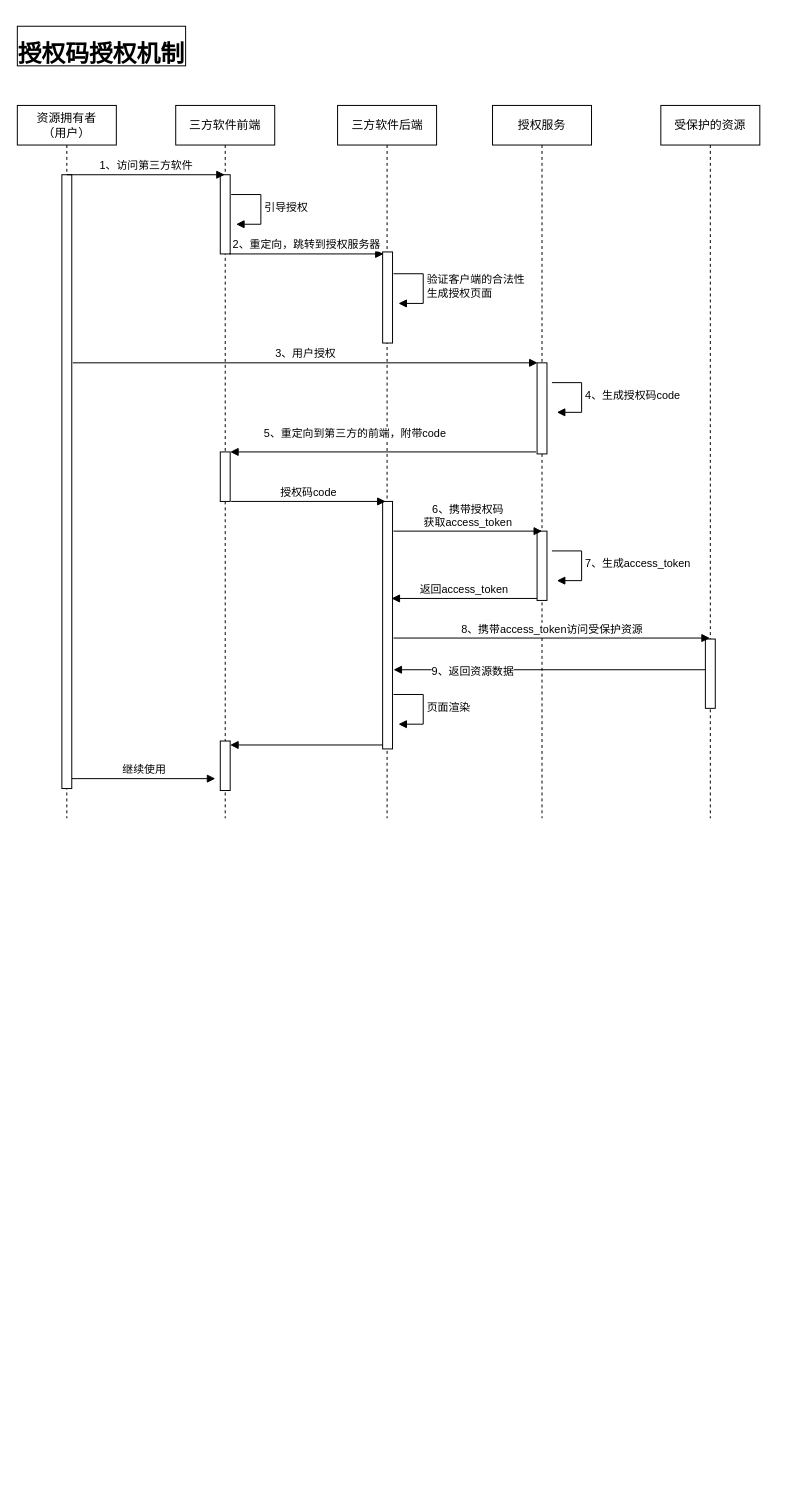
Before: oauth2.0.drawio in niuxiaocong/nyc-jvm, a draw.io diagram. Source tidied: cells renumbered, new cells numbered last; positions are measured from the earlier drawing's top-left corner, leaving out a move shared by most shapes. Both pictures are drawn from the tidied source at 99%, with x=0, y=0 at pixel (17, 26).
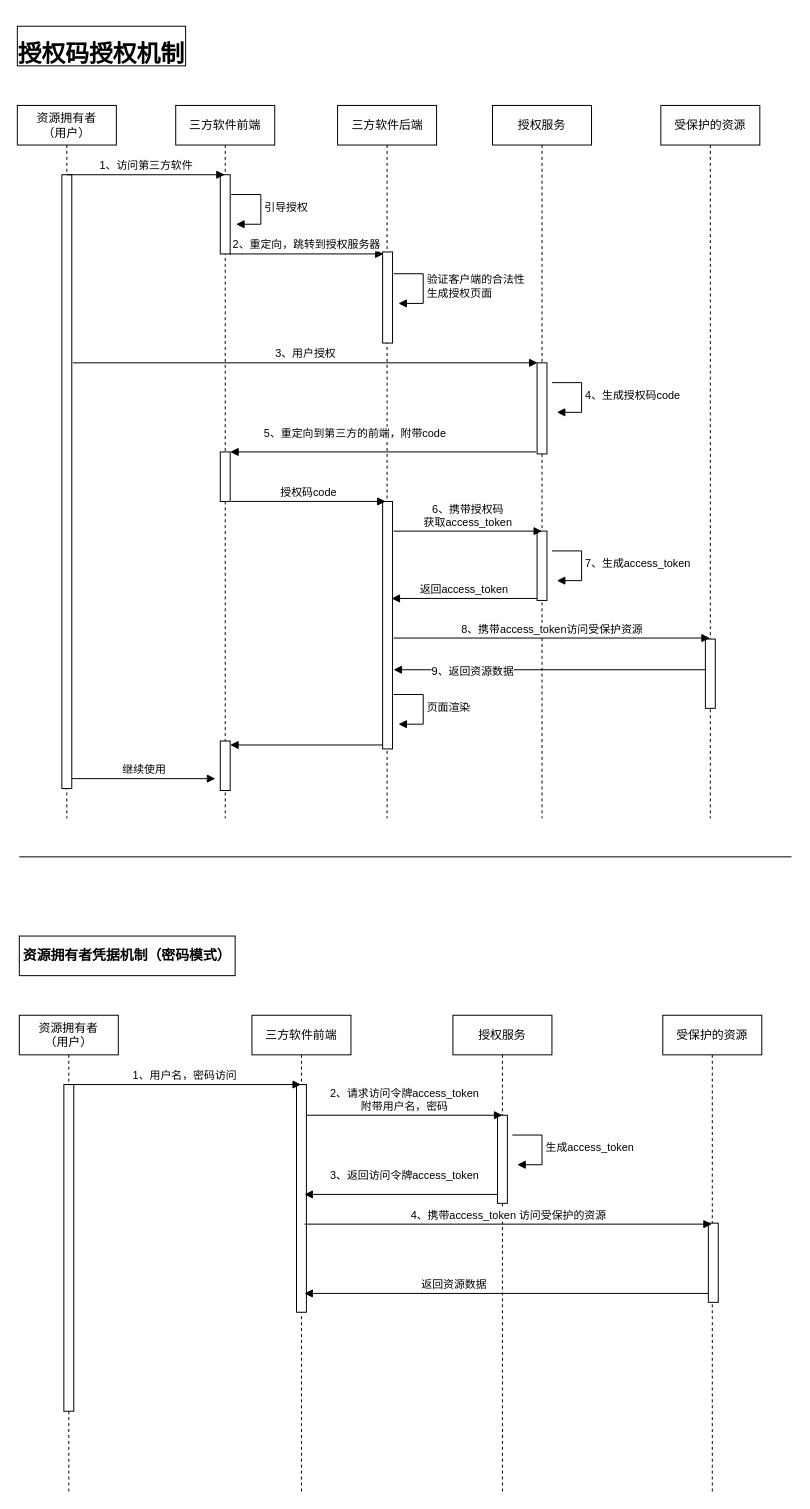
Above is the later version.

Change to the diagram source:
```diff
@@
+    <mxCell id="35" style="endArrow=none;html=1;rounded=0;" parent="1" edge="1">
+      <mxGeometry relative="1" as="geometry">
+        <mxPoint x="2" y="839" as="sourcePoint" />
+        <mxPoint x="782" y="839" as="targetPoint" />
+      </mxGeometry>
+    </mxCell>
+    <mxCell id="36" value="资源拥有者&lt;br&gt;（用户）" style="shape=umlLifeline;perimeter=lifelinePerimeter;whiteSpace=wrap;html=1;newEdgeStyle={&quot;curved&quot;:0,&quot;rounded&quot;:0};" parent="1" vertex="1">
+      <mxGeometry x="2" y="999" width="100" height="481" as="geometry" />
+    </mxCell>
+    <mxCell id="37" style="html=1;perimeter=orthogonalPerimeter;targetShapes=umlLifeline;newEdgeStyle={&quot;curved&quot;:0,&quot;rounded&quot;:0};" parent="36" vertex="1">
+      <mxGeometry x="45" y="70" width="10" height="330" as="geometry" />
+    </mxCell>
+    <mxCell id="38" value="三方软件前端" style="shape=umlLifeline;perimeter=lifelinePerimeter;whiteSpace=wrap;html=1;outlineConnect=0;portConstraint=eastwest;newEdgeStyle={&quot;curved&quot;:0,&quot;rounded&quot;:0};" parent="1" vertex="1">
+      <mxGeometry x="237" y="999" width="100" height="481" as="geometry" />
+    </mxCell>
+    <mxCell id="39" style="html=1;perimeter=orthogonalPerimeter;targetShapes=umlLifeline;newEdgeStyle={&quot;curved&quot;:0,&quot;rounded&quot;:0};" parent="38" vertex="1">
+      <mxGeometry x="45" y="70" width="10" height="230" as="geometry" />
+    </mxCell>
+    <mxCell id="40" value="授权服务" style="shape=umlLifeline;perimeter=lifelinePerimeter;whiteSpace=wrap;html=1;newEdgeStyle={&quot;curved&quot;:0,&quot;rounded&quot;:0};" parent="1" vertex="1">
+      <mxGeometry x="440" y="999" width="100" height="481" as="geometry" />
+    </mxCell>
+    <mxCell id="41" style="html=1;perimeter=orthogonalPerimeter;targetShapes=umlLifeline;newEdgeStyle={&quot;curved&quot;:0,&quot;rounded&quot;:0};" parent="40" vertex="1">
+      <mxGeometry x="45" y="101" width="10" height="89" as="geometry" />
+    </mxCell>
+    <mxCell id="42" value="受保护的资源" style="shape=umlLifeline;perimeter=lifelinePerimeter;whiteSpace=wrap;html=1;newEdgeStyle={&quot;curved&quot;:0,&quot;rounded&quot;:0};" parent="1" vertex="1">
+      <mxGeometry x="652" y="999" width="100" height="481" as="geometry" />
+    </mxCell>
+    <mxCell id="43" style="html=1;perimeter=orthogonalPerimeter;targetShapes=umlLifeline;newEdgeStyle={&quot;curved&quot;:0,&quot;rounded&quot;:0};" parent="42" vertex="1">
+      <mxGeometry x="46" y="210" width="10" height="80" as="geometry" />
+    </mxCell>
+    <mxCell id="44" value="1、用户名，密码访问" style="html=1;verticalAlign=bottom;endArrow=block;curved=0;rounded=0;" parent="1" edge="1" target="38">
+      <mxGeometry relative="1" as="geometry">
+        <mxPoint x="52" y="1069" as="sourcePoint" />
+      </mxGeometry>
+    </mxCell>
+    <mxCell id="45" value="&lt;div class=&quot;lake-content&quot;&gt;&lt;h4 style=&quot;margin: 10px 0px; padding: 0px; font-size: 14px; font-family: Verdana, Arial, Helvetica, sans-serif; text-align: start; background-color: rgb(255, 255, 255);&quot;&gt;资源拥有者凭据机制（密码模式）&lt;/h4&gt;&lt;/div&gt;" style="rounded=0;whiteSpace=wrap;html=1;" parent="1" vertex="1">
+      <mxGeometry x="2" y="919" width="218" height="40" as="geometry" />
+    </mxCell>
+    <mxCell id="46" value="2、请求访问令牌access_token&lt;br&gt;附带用户名，密码" style="html=1;verticalAlign=bottom;endArrow=block;curved=0;rounded=0;" parent="1" edge="1">
+      <mxGeometry relative="1" as="geometry">
+        <mxPoint x="292" y="1100" as="sourcePoint" />
+        <mxPoint x="490" y="1100" as="targetPoint" />
+      </mxGeometry>
+    </mxCell>
+    <mxCell id="47" value="生成access_token" style="html=1;align=left;spacingLeft=2;endArrow=block;rounded=0;edgeStyle=orthogonalEdgeStyle;curved=0;rounded=0;" parent="1" edge="1">
+      <mxGeometry relative="1" as="geometry">
+        <mxPoint x="500" y="1120" as="sourcePoint" />
+        <mxPoint x="505" y="1150" as="targetPoint" />
+        <Array as="points">
+          <mxPoint x="530" y="1150" />
+        </Array>
+      </mxGeometry>
+    </mxCell>
+    <mxCell id="48" style="html=1;verticalAlign=bottom;endArrow=block;curved=0;rounded=0;" parent="1" edge="1">
+      <mxGeometry relative="1" as="geometry">
+        <mxPoint x="485" y="1180" as="sourcePoint" />
+        <mxPoint x="290" y="1180" as="targetPoint" />
+      </mxGeometry>
+    </mxCell>
+    <mxCell id="49" value="3、返回访问令牌access_token" style="edgeLabel;html=1;align=center;verticalAlign=middle;" parent="48" vertex="1">
+      <mxGeometry x="0.06" y="-3" relative="1" as="geometry">
+        <mxPoint x="8" y="-17" as="offset" />
+      </mxGeometry>
+    </mxCell>
+    <mxCell id="50" value="4、携带access_token 访问受保护的资源" style="html=1;verticalAlign=bottom;endArrow=block;curved=0;rounded=0;" parent="1" edge="1">
+      <mxGeometry relative="1" as="geometry">
+        <mxPoint x="290" y="1210" as="sourcePoint" />
+        <mxPoint x="701.5" y="1210" as="targetPoint" />
+      </mxGeometry>
+    </mxCell>
+    <mxCell id="51" style="html=1;verticalAlign=bottom;endArrow=block;curved=0;rounded=0;" parent="1" edge="1">
+      <mxGeometry relative="1" as="geometry">
+        <mxPoint x="698" y="1280" as="sourcePoint" />
+        <mxPoint x="290" y="1280" as="targetPoint" />
+      </mxGeometry>
+    </mxCell>
+    <mxCell id="52" value="返回资源数据" style="edgeLabel;html=1;align=center;verticalAlign=middle;" parent="51" vertex="1">
+      <mxGeometry x="0.06" y="-3" relative="1" as="geometry">
+        <mxPoint x="-42" y="-7" as="offset" />
+      </mxGeometry>
+    </mxCell>
```
